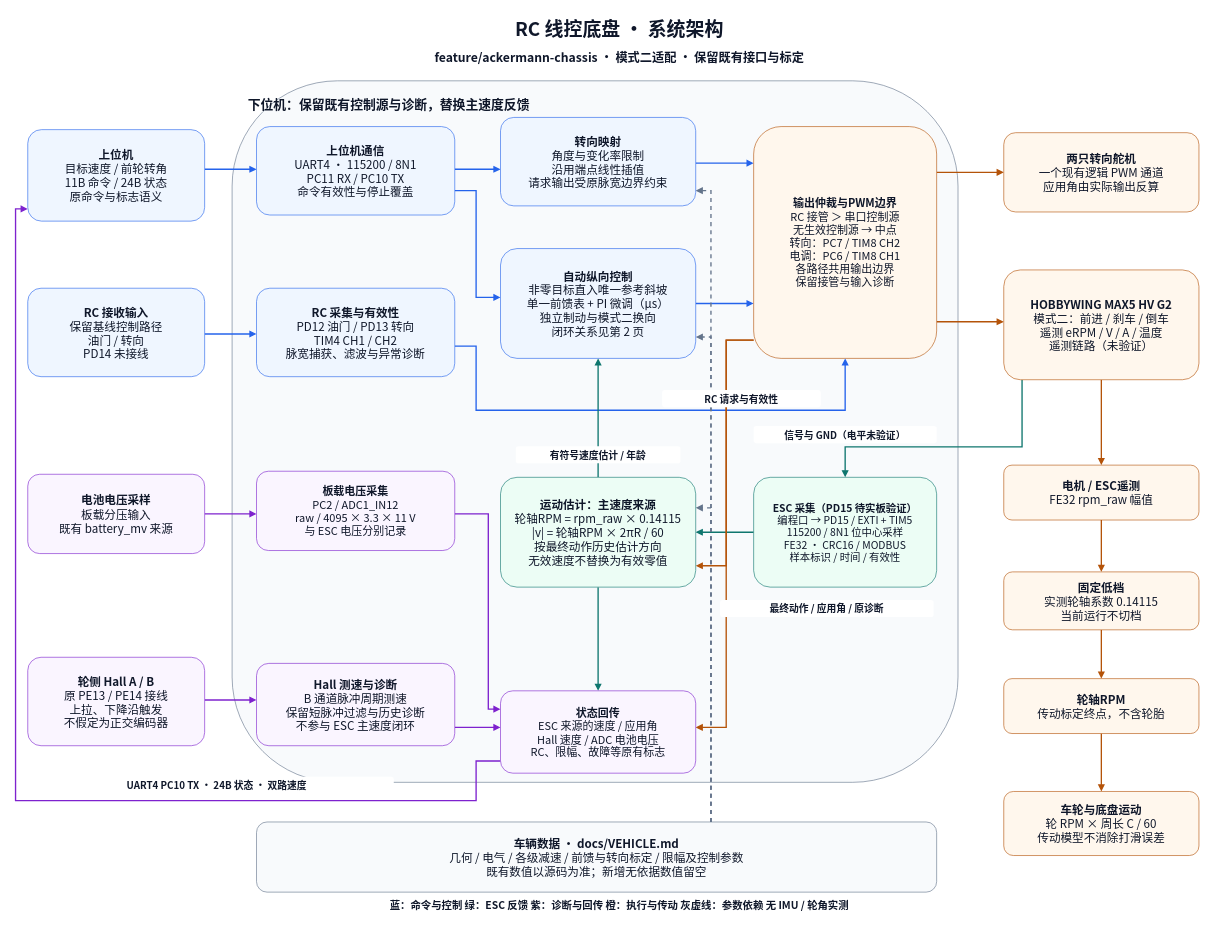
This is page "01 系统架构与数据来源" (1 of 2) of docs/diagrams/chassis.drawio from XM-LEES/RCCar-Firmware, a draw.io file, before an edit. Source tidied: cells renumbered, new cells numbered last; positions are measured from the earlier drawing's top-left corner, leaving out a move shared by most shapes. Both pictures are drawn from the tidied source at 61%, with x=0, y=0 at pixel (15, 10).
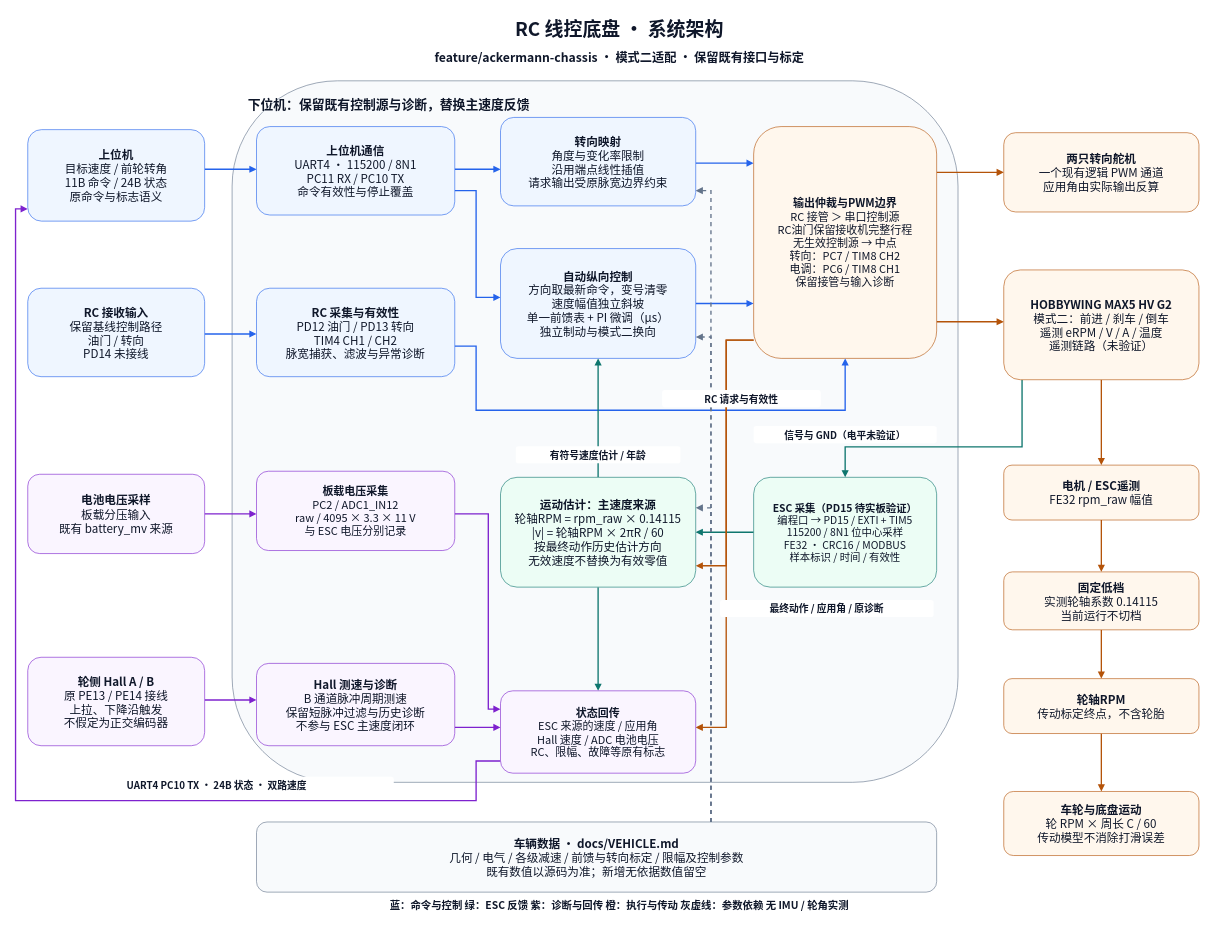
After the change.

Change to the diagram source:
```diff
@@
-    <mxCell id="35" value="&lt;b&gt;自动纵向控制&lt;/b&gt;&lt;br&gt;非零目标直入唯一参考斜坡&lt;br&gt;单一前馈表 + PI 微调（µs）&lt;br&gt;独立制动与模式二换向&lt;br&gt;闭环关系见第 2 页" style="rounded=1;whiteSpace=wrap;html=1;fontFamily=Noto Sans CJK SC;fontSize=19;fontColor=#0f172a;fillColor=#eff6ff;strokeColor=#2563eb;spacing=8;" parent="1" vertex="1">
+    <mxCell id="35" value="&lt;b&gt;自动纵向控制&lt;/b&gt;&lt;br&gt;方向取最新命令，变号清零&lt;br&gt;速度幅值独立斜坡&lt;br&gt;单一前馈表 + PI 微调（µs）&lt;br&gt;独立制动与模式二换向" style="rounded=1;whiteSpace=wrap;html=1;fontFamily=Noto Sans CJK SC;fontSize=19;fontColor=#0f172a;fillColor=#eff6ff;strokeColor=#2563eb;spacing=8;" parent="1" vertex="1">
       <mxGeometry x="795" y="390" width="320" height="180" as="geometry" />
     </mxCell>
-    <mxCell id="36" value="&lt;b&gt;输出仲裁与PWM边界&lt;/b&gt;&lt;br&gt;RC 接管 ＞ 串口控制源&lt;br&gt;无生效控制源 → 中点&lt;br&gt;转向：PC7 / TIM8 CH2&lt;br&gt;电调：PC6 / TIM8 CH1&lt;br&gt;各路径共用输出边界&lt;br&gt;保留接管与输入诊断" style="rounded=1;whiteSpace=wrap;html=1;fontFamily=Noto Sans CJK SC;fontSize=18;fontColor=#0f172a;fillColor=#fff7ed;strokeColor=#b45309;spacing=8;" parent="1" vertex="1">
+    <mxCell id="36" value="&lt;b&gt;输出仲裁与PWM边界&lt;/b&gt;&lt;br&gt;RC 接管 ＞ 串口控制源&lt;br&gt;RC油门保留接收机完整行程&lt;br&gt;无生效控制源 → 中点&lt;br&gt;转向：PC7 / TIM8 CH2&lt;br&gt;电调：PC6 / TIM8 CH1&lt;br&gt;保留接管与输入诊断" style="rounded=1;whiteSpace=wrap;html=1;fontFamily=Noto Sans CJK SC;fontSize=18;fontColor=#0f172a;fillColor=#fff7ed;strokeColor=#b45309;spacing=8;" parent="1" vertex="1">
       <mxGeometry x="1210" y="190" width="300" height="380" as="geometry" />
     </mxCell>
```
